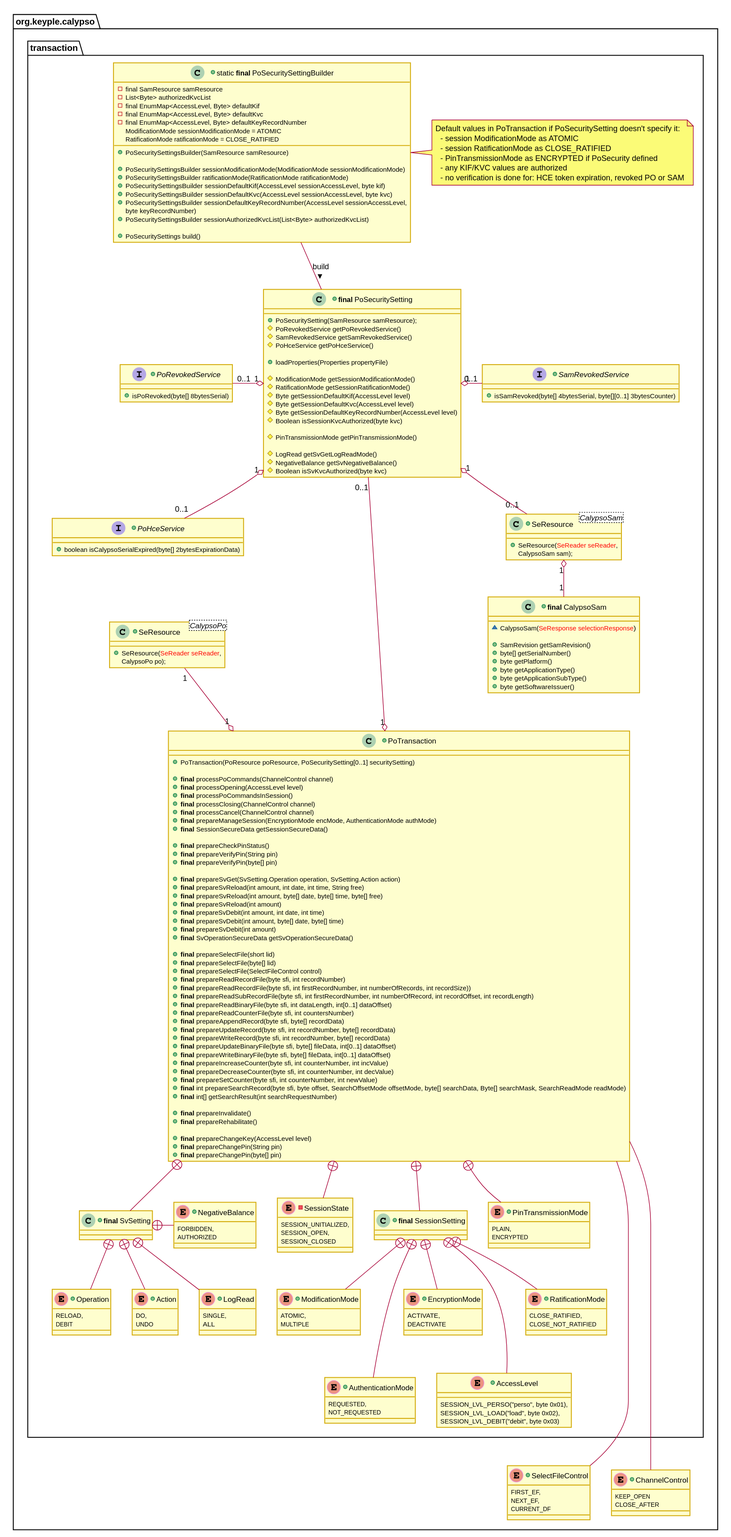
The PlantUML diagram docs/KeypleCalypsoApi/ApplicationApi/img/CalypsoTerminal_ApplicationApi_ClassDiag_Transaction_PoTransaction_0_9_0.svg in calypsonet/keyple, before a commit.
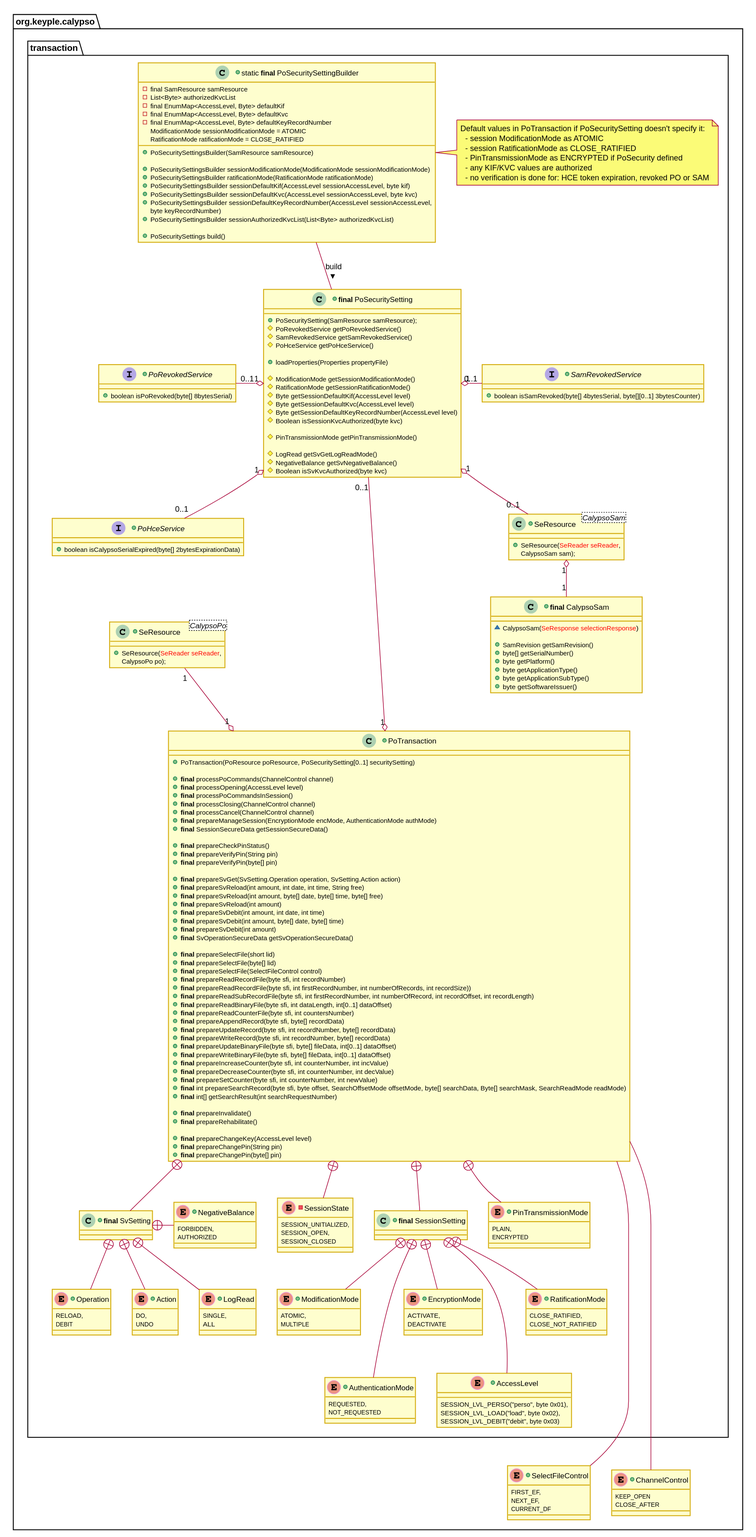
The same file after the commit.

Commit message:
Fix Calypso revocation services bis

What changed in the source:
```diff
@@ -84,7 +84,7 @@
 
     together {
       +interface SamRevokedService {
-        +isSamRevoked(byte[] 4bytesSerial, byte[][0..1] 3bytesCounter)
+        +boolean isSamRevoked(byte[] 4bytesSerial, byte[][0..1] 3bytesCounter)
       }
 
       +class "SeResource<CalypsoSam>" as SamResource {
@@ -110,7 +110,7 @@
 
     together {
       +interface PoRevokedService {
-        +isPoRevoked(byte[] 8bytesSerial)
+        +boolean isPoRevoked(byte[] 8bytesSerial)
       }
 
       +interface PoHceService {
```
